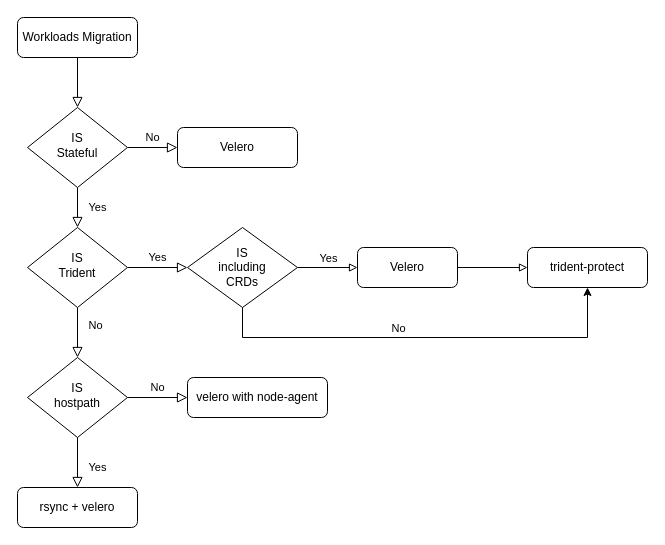
This is workloads-replatform.drawio from JacieChao/jacie-docs, a draw.io file, before an edit. Source tidied: cells renumbered, new cells numbered last; positions are measured from the earlier drawing's top-left corner, leaving out a move shared by most shapes. Both pictures are drawn from the tidied source at 100%, with x=0, y=0 at pixel (17, 17).
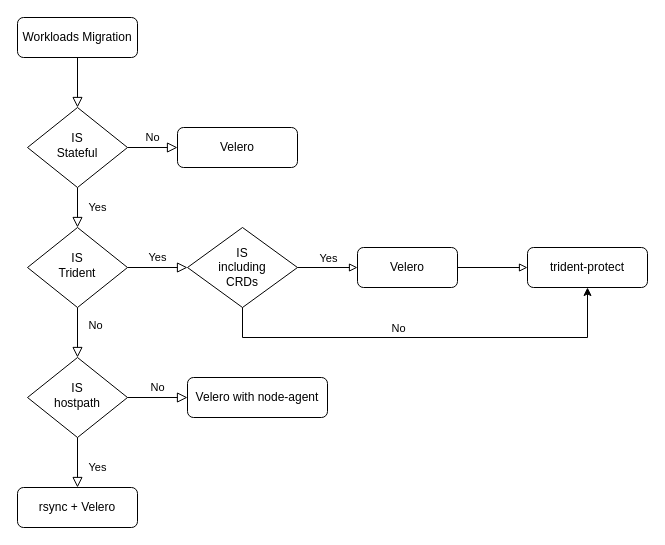
After the change.

The edit, as a diff of the source:
```diff
@@
-    <mxCell id="11" value="rsync + velero" style="rounded=1;whiteSpace=wrap;html=1;fontSize=12;glass=0;strokeWidth=1;shadow=0;" parent="1" vertex="1">
+    <mxCell id="11" value="rsync + Velero" style="rounded=1;whiteSpace=wrap;html=1;fontSize=12;glass=0;strokeWidth=1;shadow=0;" parent="1" vertex="1">
       <mxGeometry y="470" width="120" height="40" as="geometry" />
     </mxCell>
@@
-    <mxCell id="14" value="velero with node-agent" style="rounded=1;whiteSpace=wrap;html=1;fontSize=12;glass=0;strokeWidth=1;shadow=0;" parent="1" vertex="1">
+    <mxCell id="14" value="Velero with node-agent" style="rounded=1;whiteSpace=wrap;html=1;fontSize=12;glass=0;strokeWidth=1;shadow=0;" parent="1" vertex="1">
       <mxGeometry x="170" y="360" width="140" height="40" as="geometry" />
     </mxCell>
```
